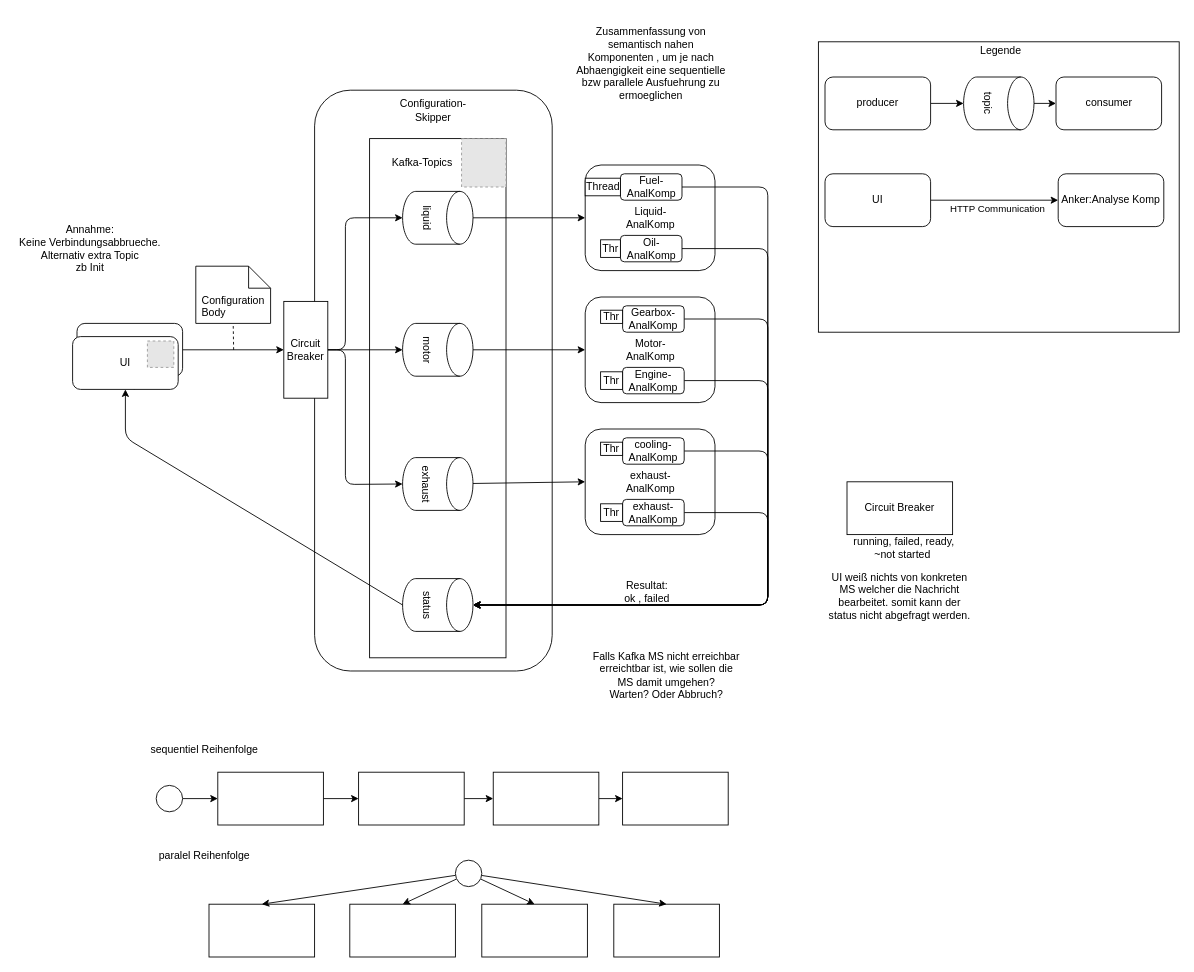
The draw.io diagram docs/diagramme/kafka_overview_.drawio in ThomasJon196/OOKA-Microservices, before the edit. Source tidied: cells renumbered, new cells numbered last; positions are measured from the earlier drawing's top-left corner, leaving out a move shared by most shapes. Both pictures are drawn from the tidied source at 88%, with x=0, y=0 at pixel (15, 15). Pictures stored in the file or linked from it are replaced by grey dashed boxes.
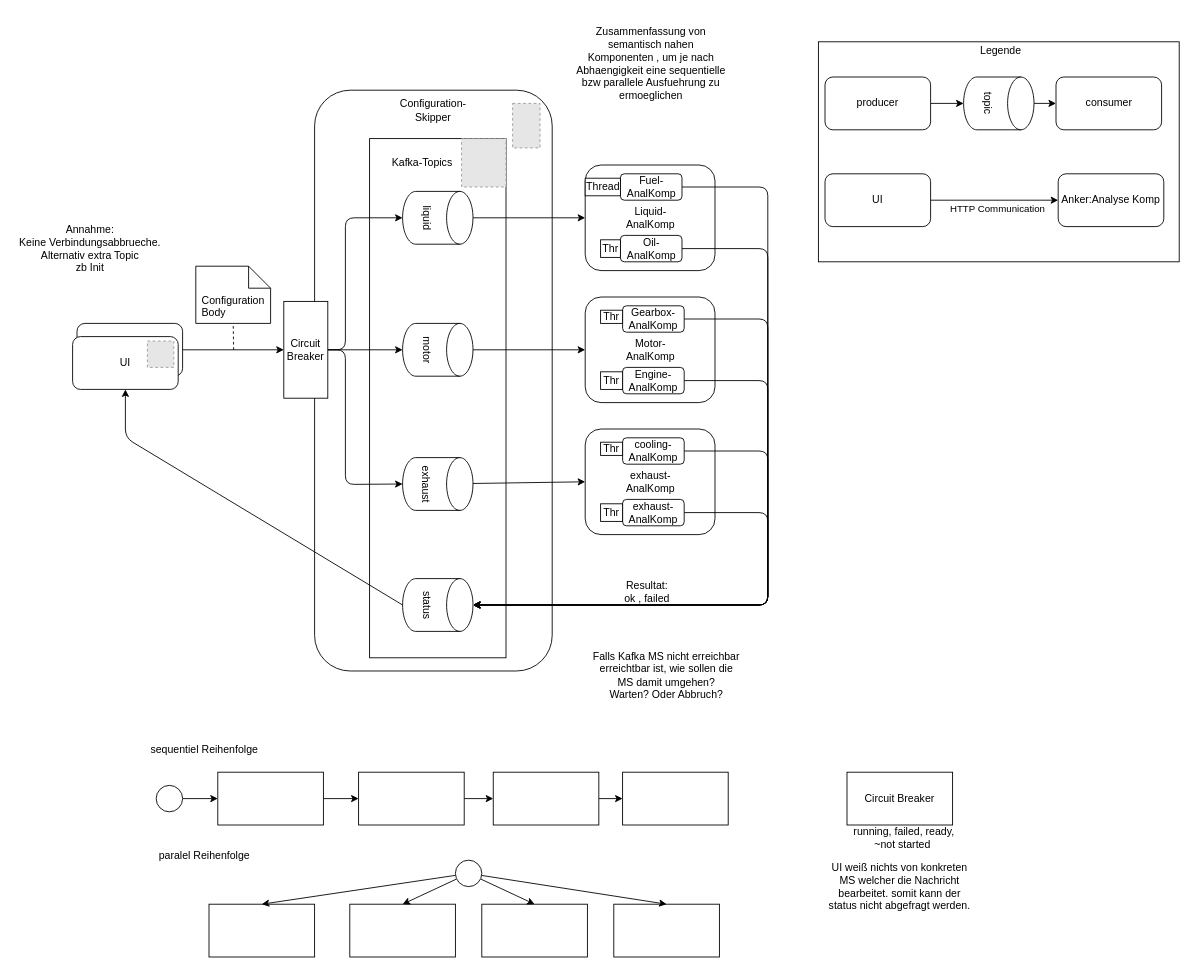
Above is the later version.

The edit, as a diff of the source:
```diff
@@
     <mxCell id="3" style="rounded=0;whiteSpace=wrap;html=1;" parent="1" vertex="1">
-      <mxGeometry x="912.5" y="30" width="410" height="330" as="geometry" />
+      <mxGeometry x="912.5" y="30" width="410" height="250" as="geometry" />
     </mxCell>
@@
     <mxCell id="29" value="running, failed, ready, ~not started&amp;nbsp;" style="text;html=1;strokeColor=none;fillColor=none;align=center;verticalAlign=middle;whiteSpace=wrap;rounded=0;" parent="1" vertex="1">
-      <mxGeometry x="945" y="565" width="130" height="80" as="geometry" />
+      <mxGeometry x="945" y="895" width="130" height="80" as="geometry" />
     </mxCell>
     <mxCell id="30" value="Circuit Breaker" style="rounded=0;whiteSpace=wrap;html=1;" parent="1" vertex="1">
-      <mxGeometry x="945" y="530" width="120" height="60" as="geometry" />
+      <mxGeometry x="945" y="860" width="120" height="60" as="geometry" />
     </mxCell>
     <mxCell id="31" value="UI weiß nichts von konkreten MS welcher die Nachricht bearbeitet. somit kann der status nicht abgefragt werden." style="text;html=1;strokeColor=none;fillColor=none;align=center;verticalAlign=middle;whiteSpace=wrap;rounded=0;" parent="1" vertex="1">
-      <mxGeometry x="920" y="620" width="170" height="80" as="geometry" />
+      <mxGeometry x="920" y="950" width="170" height="80" as="geometry" />
     </mxCell>
@@
-    <mxCell id="81" style="fillColor=#E6E6E6;strokeColor=#999999;dashed=1;verticalLabelPosition=bottom;labelBackgroundColor=default;verticalAlign=top;" parent="1" vertex="1">
-      <mxGeometry x="507" y="140" width="50.5" height="55" as="geometry" />
-    </mxCell>
@@
+    <mxCell id="81" style="fillColor=#E6E6E6;strokeColor=#999999;dashed=1;verticalLabelPosition=bottom;labelBackgroundColor=default;verticalAlign=top;" parent="1" vertex="1">
+      <mxGeometry x="507" y="140" width="50.5" height="55" as="geometry" />
+    </mxCell>
+    <mxCell id="84" style="fillColor=#E6E6E6;strokeColor=#999999;dashed=1;verticalLabelPosition=bottom;labelBackgroundColor=default;verticalAlign=top;" parent="1" vertex="1">
+      <mxGeometry x="565" y="100" width="31.2" height="50.6" as="geometry" />
+    </mxCell>
```
